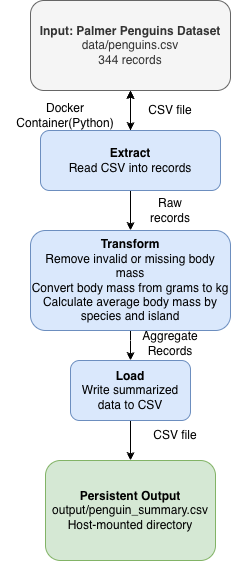
The draw.io diagram assets/architecture.png in Anirudh110707/data-project-1, before a commit. Source tidied: cells renumbered, new cells last; positions are measured from the earlier drawing's top-left corner, leaving out a move shared by most shapes.
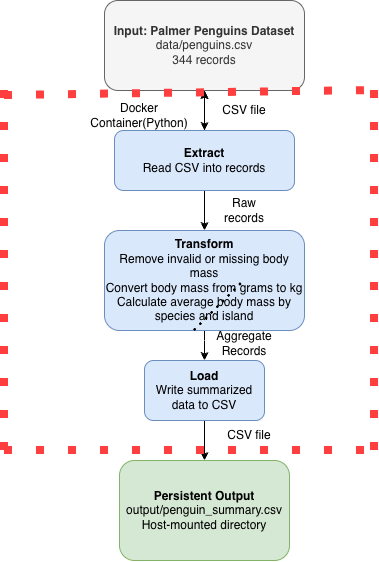
After the change.

Commit message:
Update architecture diagram with Docker boundary

The edit, as a diff of the source:
```diff
@@ -54,5 +54,47 @@
     <mxCell id="17" value="Docker Container(Python)" style="text;html=1;whiteSpace=wrap;strokeColor=none;fillColor=none;align=center;verticalAlign=middle;rounded=0;" parent="1" vertex="1">
       <mxGeometry y="100" width="130" height="30" as="geometry" />
     </mxCell>
+    <mxCell id="18" style="endArrow=none;dashed=1;html=1;dashPattern=1 3;strokeWidth=2;rounded=0;defaultLabelBackgroundColor=page;labelPadding=0 4;" parent="1" edge="1">
+      <mxGeometry relative="1" as="geometry">
+        <mxPoint x="120" y="330" as="sourcePoint" />
+        <mxPoint x="170" y="280" as="targetPoint" />
+      </mxGeometry>
+    </mxCell>
+    <mxCell id="19" style="endArrow=none;dashed=1;html=1;dashPattern=1 3;strokeWidth=8;rounded=0;defaultLabelBackgroundColor=page;labelPadding=0 4;fillColor=#f8cecc;strokeColor=#FF3F3F;jumpSize=100;" parent="1" edge="1">
+      <mxGeometry relative="1" as="geometry">
+        <mxPoint x="-70" y="450" as="sourcePoint" />
+        <mxPoint x="-70" y="90" as="targetPoint" />
+      </mxGeometry>
+    </mxCell>
+    <mxCell id="20" style="endArrow=none;dashed=1;html=1;dashPattern=1 3;strokeWidth=8;rounded=0;defaultLabelBackgroundColor=page;labelPadding=0 4;strokeColor=#FF3F3F;" parent="1" edge="1">
+      <mxGeometry relative="1" as="geometry">
+        <mxPoint x="-70" y="95" as="sourcePoint" />
+        <mxPoint x="300" y="90" as="targetPoint" />
+      </mxGeometry>
+    </mxCell>
+    <mxCell id="21" style="endArrow=none;dashed=1;html=1;dashPattern=1 3;strokeWidth=2;rounded=0;defaultLabelBackgroundColor=page;labelPadding=0 4;" parent="1" edge="1">
+      <mxGeometry relative="1" as="geometry">
+        <mxPoint x="120" y="330" as="sourcePoint" />
+        <mxPoint x="170" y="280" as="targetPoint" />
+      </mxGeometry>
+    </mxCell>
+    <mxCell id="22" style="endArrow=none;dashed=1;html=1;dashPattern=1 3;strokeWidth=8;rounded=0;defaultLabelBackgroundColor=page;labelPadding=0 4;strokeColor=#FF3F3F;" parent="1" edge="1">
+      <mxGeometry relative="1" as="geometry">
+        <mxPoint x="300" y="450" as="sourcePoint" />
+        <mxPoint x="300" y="90" as="targetPoint" />
+      </mxGeometry>
+    </mxCell>
+    <mxCell id="23" style="endArrow=none;dashed=1;html=1;dashPattern=1 3;strokeWidth=2;rounded=0;defaultLabelBackgroundColor=page;labelPadding=0 4;" parent="1" edge="1">
+      <mxGeometry relative="1" as="geometry">
+        <mxPoint x="120" y="330" as="sourcePoint" />
+        <mxPoint x="170" y="280" as="targetPoint" />
+      </mxGeometry>
+    </mxCell>
+    <mxCell id="24" style="endArrow=none;dashed=1;html=1;dashPattern=1 3;strokeWidth=8;rounded=0;defaultLabelBackgroundColor=page;labelPadding=0 4;strokeColor=#FF3F3F;" parent="1" edge="1">
+      <mxGeometry relative="1" as="geometry">
+        <mxPoint x="-70" y="450" as="sourcePoint" />
+        <mxPoint x="300" y="450" as="targetPoint" />
+      </mxGeometry>
+    </mxCell>
   </root>
 </mxGraphModel>
```
